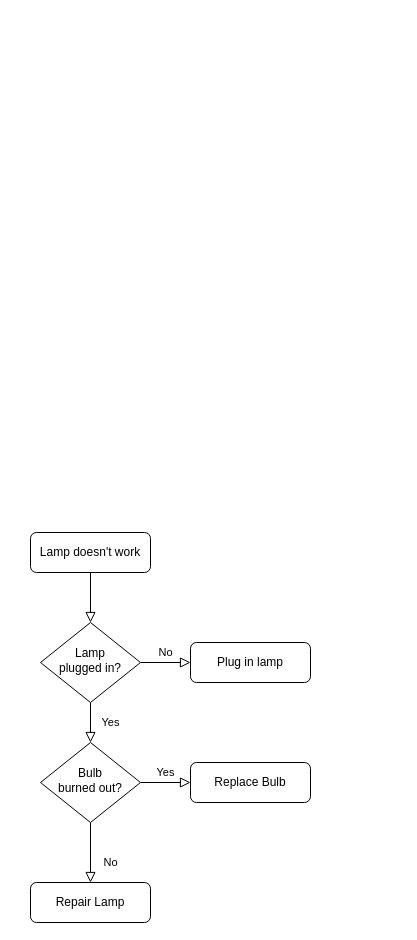
Earlier version of the draw.io diagram inseminasi .drawio (Caturwardana/DIAGRAM). Source tidied: cells renumbered, new cells numbered last; positions are measured from the earlier drawing's top-left corner, leaving out a move shared by most shapes. Both pictures are drawn from the tidied source at 100%, with x=0, y=0 at pixel (30, 532).
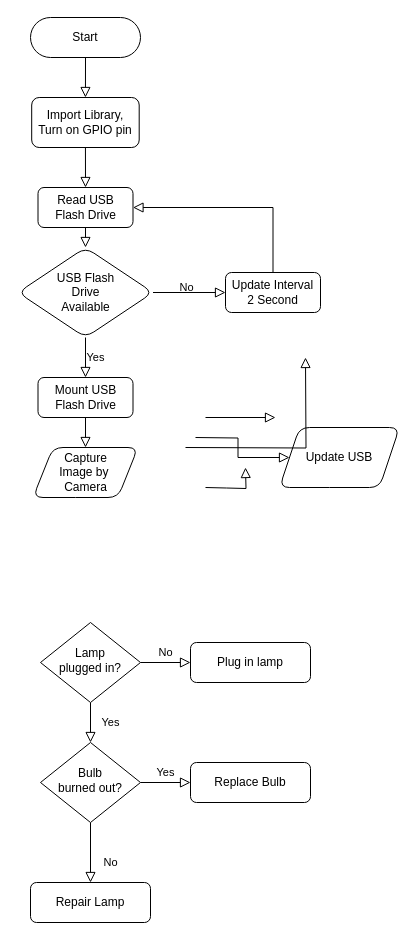
The same page after the edit.

The change refers to these unchanged cells:
```xml
<mxCell id="6" value="Lamp&lt;br&gt;plugged in?" style="rhombus;whiteSpace=wrap;html=1;shadow=0;fontFamily=Helvetica;fontSize=12;align=center;strokeWidth=1;spacing=6;spacingTop=-4;" parent="1" vertex="1">
  <mxGeometry x="10" y="90" width="100" height="80" as="geometry" />
</mxCell>
```

Change to the diagram source:
```diff
@@
-    <mxCell id="2" style="rounded=0;html=1;jettySize=auto;fontSize=11;endArrow=block;endFill=0;endSize=8;strokeWidth=1;shadow=0;labelBackgroundColor=none;edgeStyle=orthogonalEdgeStyle;" parent="1" edge="1" source="3" target="6">
-      <mxGeometry relative="1" as="geometry" />
+    <mxCell id="2" value="No" style="rounded=0;html=1;jettySize=auto;fontSize=11;endArrow=block;endFill=0;endSize=8;strokeWidth=1;shadow=0;labelBackgroundColor=none;edgeStyle=orthogonalEdgeStyle;exitX=1;exitY=0.5;exitDx=0;exitDy=0;entryX=0;entryY=0.5;entryDx=0;entryDy=0;" parent="1" edge="1" source="15" target="18">
+      <mxGeometry x="-0.1" y="5" relative="1" as="geometry" />
     </mxCell>
-    <mxCell id="3" value="Lamp doesn't work" style="rounded=1;whiteSpace=wrap;html=1;fontSize=12;glass=0;strokeWidth=1;shadow=0;" parent="1" vertex="1">
-      <mxGeometry width="120" height="40" as="geometry" />
-    </mxCell>
@@
+    <mxCell id="13" value="Start" style="rounded=1;whiteSpace=wrap;html=1;hachureGap=4;arcSize=50;" parent="1" vertex="1">
+      <mxGeometry y="-515" width="110" height="40" as="geometry" />
+    </mxCell>
+    <mxCell id="14" value="Capture&lt;br&gt;Image by&amp;nbsp;&lt;br&gt;Camera" style="shape=parallelogram;perimeter=parallelogramPerimeter;whiteSpace=wrap;html=1;fixedSize=1;rounded=1;shadow=0;glass=0;sketch=0;hachureGap=4;" parent="1" vertex="1">
+      <mxGeometry x="2.5" y="-85" width="105" height="50" as="geometry" />
+    </mxCell>
+    <mxCell id="15" value="USB Flash&lt;br&gt;Drive&lt;br&gt;Available" style="rhombus;whiteSpace=wrap;html=1;rounded=1;shadow=0;glass=0;sketch=0;hachureGap=4;" parent="1" vertex="1">
+      <mxGeometry x="-12.5" y="-285" width="135" height="90" as="geometry" />
+    </mxCell>
+    <mxCell id="16" value="Update USB" style="shape=parallelogram;perimeter=parallelogramPerimeter;whiteSpace=wrap;html=1;fixedSize=1;rounded=1;shadow=0;glass=0;sketch=0;hachureGap=4;" parent="1" vertex="1">
+      <mxGeometry x="249" y="-105" width="120" height="60" as="geometry" />
+    </mxCell>
+    <mxCell id="17" value="Read USB&lt;br&gt;Flash Drive" style="rounded=1;whiteSpace=wrap;html=1;shadow=0;glass=0;sketch=0;hachureGap=4;" parent="1" vertex="1">
+      <mxGeometry x="7.5" y="-345" width="95" height="40" as="geometry" />
+    </mxCell>
+    <mxCell id="18" value="Update Interval&lt;br&gt;2 Second" style="rounded=1;whiteSpace=wrap;html=1;shadow=0;glass=0;sketch=0;hachureGap=4;" parent="1" vertex="1">
+      <mxGeometry x="195" y="-260" width="95" height="40" as="geometry" />
+    </mxCell>
+    <mxCell id="19" style="rounded=0;html=1;jettySize=auto;orthogonalLoop=1;fontSize=11;endArrow=block;endFill=0;endSize=8;strokeWidth=1;shadow=0;labelBackgroundColor=none;edgeStyle=orthogonalEdgeStyle;" parent="1" edge="1">
+      <mxGeometry relative="1" as="geometry">
+        <mxPoint x="175" y="-45" as="sourcePoint" />
+        <mxPoint x="215" y="-65" as="targetPoint" />
+      </mxGeometry>
+    </mxCell>
+    <mxCell id="20" style="rounded=0;html=1;jettySize=auto;fontSize=11;endArrow=block;endFill=0;endSize=8;strokeWidth=1;shadow=0;labelBackgroundColor=none;edgeStyle=orthogonalEdgeStyle;" parent="1" edge="1" target="16">
+      <mxGeometry relative="1" as="geometry">
+        <mxPoint x="165" y="-95" as="sourcePoint" />
+      </mxGeometry>
+    </mxCell>
+    <mxCell id="21" style="rounded=0;html=1;jettySize=auto;orthogonalLoop=1;fontSize=11;endArrow=block;endFill=0;endSize=8;strokeWidth=1;shadow=0;labelBackgroundColor=none;edgeStyle=orthogonalEdgeStyle;" parent="1" edge="1">
+      <mxGeometry relative="1" as="geometry">
+        <mxPoint x="175" y="-115" as="sourcePoint" />
+        <mxPoint x="245" y="-115" as="targetPoint" />
+      </mxGeometry>
+    </mxCell>
+    <mxCell id="22" style="rounded=0;html=1;jettySize=auto;orthogonalLoop=1;fontSize=11;endArrow=block;endFill=0;endSize=8;strokeWidth=1;shadow=0;labelBackgroundColor=none;edgeStyle=orthogonalEdgeStyle;" parent="1" edge="1">
+      <mxGeometry relative="1" as="geometry">
+        <mxPoint x="155" y="-85" as="sourcePoint" />
+        <mxPoint x="275" y="-175" as="targetPoint" />
+      </mxGeometry>
+    </mxCell>
+    <mxCell id="23" style="rounded=0;html=1;jettySize=auto;fontSize=11;endArrow=block;endFill=0;endSize=8;strokeWidth=1;shadow=0;labelBackgroundColor=none;edgeStyle=orthogonalEdgeStyle;exitX=0.5;exitY=0;exitDx=0;exitDy=0;entryX=1;entryY=0.5;entryDx=0;entryDy=0;" parent="1" edge="1" source="18" target="17">
+      <mxGeometry relative="1" as="geometry" />
+    </mxCell>
+    <mxCell id="24" style="rounded=0;html=1;jettySize=auto;fontSize=11;endArrow=block;endFill=0;endSize=8;strokeWidth=1;shadow=0;labelBackgroundColor=none;edgeStyle=orthogonalEdgeStyle;exitX=0.5;exitY=1;exitDx=0;exitDy=0;entryX=0.5;entryY=0;entryDx=0;entryDy=0;" parent="1" edge="1" source="13" target="26">
+      <mxGeometry relative="1" as="geometry" />
+    </mxCell>
+    <mxCell id="25" style="rounded=0;html=1;jettySize=auto;fontSize=11;endArrow=block;endFill=0;endSize=8;strokeWidth=1;shadow=0;labelBackgroundColor=none;edgeStyle=orthogonalEdgeStyle;exitX=0.5;exitY=1;exitDx=0;exitDy=0;entryX=0.5;entryY=0;entryDx=0;entryDy=0;" parent="1" edge="1" source="17" target="15">
+      <mxGeometry relative="1" as="geometry" />
+    </mxCell>
+    <mxCell id="26" value="Import Library,&lt;br&gt;Turn on GPIO pin" style="rounded=1;whiteSpace=wrap;html=1;shadow=0;glass=0;sketch=0;hachureGap=4;" parent="1" vertex="1">
+      <mxGeometry x="1.2" y="-435" width="107.5" height="50" as="geometry" />
+    </mxCell>
+    <mxCell id="27" style="rounded=0;html=1;jettySize=auto;fontSize=11;endArrow=block;endFill=0;endSize=8;strokeWidth=1;shadow=0;labelBackgroundColor=none;edgeStyle=orthogonalEdgeStyle;exitX=0.5;exitY=1;exitDx=0;exitDy=0;entryX=0.5;entryY=0;entryDx=0;entryDy=0;" parent="1" edge="1" source="26" target="17">
+      <mxGeometry relative="1" as="geometry" />
+    </mxCell>
+    <mxCell id="28" value="Mount USB Flash Drive" style="rounded=1;whiteSpace=wrap;html=1;shadow=0;glass=0;sketch=0;hachureGap=4;" parent="1" vertex="1">
+      <mxGeometry x="7.5" y="-155" width="95" height="40" as="geometry" />
+    </mxCell>
+    <mxCell id="29" value="Yes" style="rounded=0;html=1;jettySize=auto;fontSize=11;endArrow=block;endFill=0;endSize=8;strokeWidth=1;shadow=0;labelBackgroundColor=none;edgeStyle=orthogonalEdgeStyle;exitX=0.5;exitY=1;exitDx=0;exitDy=0;entryX=0.5;entryY=0;entryDx=0;entryDy=0;" parent="1" edge="1" source="15" target="28">
+      <mxGeometry y="10" relative="1" as="geometry" />
+    </mxCell>
+    <mxCell id="30" style="rounded=0;html=1;jettySize=auto;fontSize=11;endArrow=block;endFill=0;endSize=8;strokeWidth=1;shadow=0;labelBackgroundColor=none;edgeStyle=orthogonalEdgeStyle;exitX=0.5;exitY=1;exitDx=0;exitDy=0;entryX=0.5;entryY=0;entryDx=0;entryDy=0;" parent="1" edge="1" source="28" target="14">
+      <mxGeometry relative="1" as="geometry" />
+    </mxCell>
```
